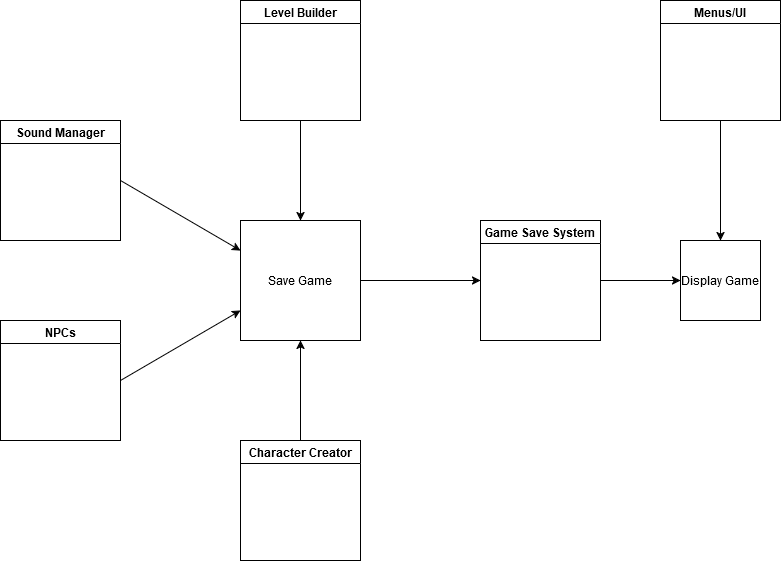
Earlier version of the draw.io export Docs/Data_Flow_Diagram_0.png (GreenSkyGames/Breaking-Red). Source tidied: cells renumbered, new cells last; positions are measured from the earlier drawing's top-left corner, leaving out a move shared by most shapes.
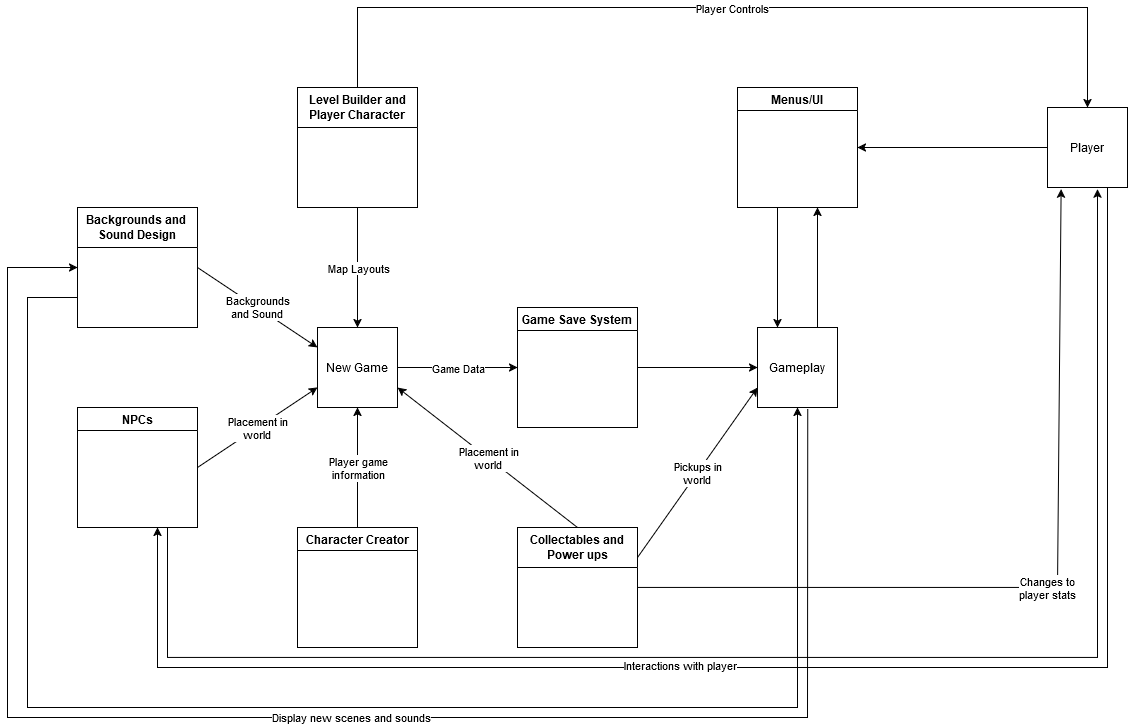
Later version of the same file.

The edit, as a diff of the source:
```diff
@@ -2,50 +2,161 @@
   <root>
     <mxCell id="0" />
     <mxCell id="1" parent="0" />
-    <mxCell id="2" value="Level Builder" style="swimlane;whiteSpace=wrap;html=1;" parent="1" vertex="1">
-      <mxGeometry x="240" width="120" height="120" as="geometry" />
+    <mxCell id="2" value="Level Builder and Player Character" style="swimlane;whiteSpace=wrap;html=1;startSize=40;" parent="1" vertex="1">
+      <mxGeometry x="220" width="120" height="120" as="geometry" />
     </mxCell>
-    <mxCell id="3" value="Save Game" style="whiteSpace=wrap;html=1;" parent="1" vertex="1">
-      <mxGeometry x="240" y="220" width="120" height="120" as="geometry" />
+    <mxCell id="3" value="New Game" style="whiteSpace=wrap;html=1;" parent="1" vertex="1">
+      <mxGeometry x="240" y="240" width="80" height="80" as="geometry" />
     </mxCell>
-    <mxCell id="4" value="Sound Manager" style="swimlane;whiteSpace=wrap;html=1;" parent="1" vertex="1">
+    <mxCell id="4" value="&lt;div&gt;Backgrounds and&amp;nbsp;&lt;/div&gt;&lt;div&gt;Sound Design&lt;br&gt;&lt;/div&gt;" style="swimlane;whiteSpace=wrap;html=1;startSize=40;" parent="1" vertex="1">
       <mxGeometry y="120" width="120" height="120" as="geometry" />
     </mxCell>
     <mxCell id="5" value="NPCs" style="swimlane;whiteSpace=wrap;html=1;" parent="1" vertex="1">
       <mxGeometry y="320" width="120" height="120" as="geometry" />
     </mxCell>
     <mxCell id="6" value="Character Creator" style="swimlane;whiteSpace=wrap;html=1;" parent="1" vertex="1">
-      <mxGeometry x="240" y="440" width="120" height="120" as="geometry" />
+      <mxGeometry x="220" y="440" width="120" height="120" as="geometry" />
     </mxCell>
     <mxCell id="7" value="Game Save System" style="swimlane;whiteSpace=wrap;html=1;" parent="1" vertex="1">
-      <mxGeometry x="480" y="220" width="120" height="120" as="geometry" />
+      <mxGeometry x="440" y="220" width="120" height="120" as="geometry" />
     </mxCell>
-    <mxCell id="8" value="Display Game" style="whiteSpace=wrap;html=1;" parent="1" vertex="1">
+    <mxCell id="8" value="Gameplay" style="whiteSpace=wrap;html=1;" parent="1" vertex="1">
       <mxGeometry x="680" y="240" width="80" height="80" as="geometry" />
     </mxCell>
     <mxCell id="9" value="Menus/UI" style="swimlane;whiteSpace=wrap;html=1;" parent="1" vertex="1">
       <mxGeometry x="660" width="120" height="120" as="geometry" />
     </mxCell>
-    <mxCell id="10" style="endArrow=classic;html=1;rounded=0;exitX=0.5;exitY=1;exitDx=0;exitDy=0;entryX=0.5;entryY=0;entryDx=0;entryDy=0;" parent="1" edge="1" source="2" target="3">
-      <mxGeometry relative="1" as="geometry" />
-    </mxCell>
-    <mxCell id="11" style="endArrow=classic;html=1;rounded=0;exitX=1;exitY=0.5;exitDx=0;exitDy=0;entryX=0;entryY=0.25;entryDx=0;entryDy=0;" parent="1" edge="1" source="4" target="3">
-      <mxGeometry relative="1" as="geometry" />
-    </mxCell>
-    <mxCell id="12" style="endArrow=classic;html=1;rounded=0;exitX=1;exitY=0.5;exitDx=0;exitDy=0;entryX=0;entryY=0.75;entryDx=0;entryDy=0;" parent="1" edge="1" source="5" target="3">
-      <mxGeometry relative="1" as="geometry" />
-    </mxCell>
-    <mxCell id="13" style="endArrow=classic;html=1;rounded=0;exitX=0.5;exitY=0;exitDx=0;exitDy=0;entryX=0.5;entryY=1;entryDx=0;entryDy=0;" parent="1" edge="1" source="6" target="3">
-      <mxGeometry relative="1" as="geometry" />
-    </mxCell>
-    <mxCell id="14" style="endArrow=classic;html=1;rounded=0;exitX=1;exitY=0.5;exitDx=0;exitDy=0;entryX=0;entryY=0.5;entryDx=0;entryDy=0;" parent="1" edge="1" source="3" target="7">
-      <mxGeometry relative="1" as="geometry" />
-    </mxCell>
     <mxCell id="15" style="endArrow=classic;html=1;rounded=0;exitX=1;exitY=0.5;exitDx=0;exitDy=0;entryX=0;entryY=0.5;entryDx=0;entryDy=0;" parent="1" edge="1" source="7" target="8">
       <mxGeometry relative="1" as="geometry" />
     </mxCell>
-    <mxCell id="16" style="endArrow=classic;html=1;rounded=0;exitX=0.5;exitY=1;exitDx=0;exitDy=0;entryX=0.5;entryY=0;entryDx=0;entryDy=0;" parent="1" edge="1" source="9" target="8">
-      <mxGeometry relative="1" as="geometry" />
+    <mxCell id="16" style="endArrow=classic;html=1;rounded=0;exitX=0.5;exitY=1;exitDx=0;exitDy=0;entryX=0.5;entryY=0;entryDx=0;entryDy=0;" parent="1" edge="1">
+      <mxGeometry relative="1" as="geometry">
+        <mxPoint x="700" y="120" as="sourcePoint" />
+        <mxPoint x="700" y="240" as="targetPoint" />
+      </mxGeometry>
     </mxCell>
+    <mxCell id="17" value="Player" style="whiteSpace=wrap;html=1;" parent="1" vertex="1">
+      <mxGeometry x="970" y="20" width="80" height="80" as="geometry" />
+    </mxCell>
+    <mxCell id="18" style="endArrow=classic;html=1;rounded=0;exitX=0;exitY=0.5;exitDx=0;exitDy=0;entryX=1;entryY=0.5;entryDx=0;entryDy=0;" parent="1" edge="1" source="17" target="9">
+      <mxGeometry relative="1" as="geometry" />
+    </mxCell>
+    <mxCell id="19" style="endArrow=classic;html=1;rounded=0;exitX=0.5;exitY=0;exitDx=0;exitDy=0;entryX=0.5;entryY=0;entryDx=0;entryDy=0;" parent="1" edge="1" source="2" target="17">
+      <mxGeometry relative="1" as="geometry">
+        <Array as="points">
+          <mxPoint x="280" y="-80" />
+          <mxPoint x="1010" y="-80" />
+        </Array>
+      </mxGeometry>
+    </mxCell>
+    <mxCell id="20" value="Player Controls" style="edgeLabel;html=1;align=center;verticalAlign=middle;" parent="19" vertex="1">
+      <mxGeometry relative="1" as="geometry">
+        <mxPoint x="-1" as="offset" />
+      </mxGeometry>
+    </mxCell>
+    <mxCell id="10" style="endArrow=classic;html=1;rounded=0;exitX=0.5;exitY=1;exitDx=0;exitDy=0;entryX=0.5;entryY=0;entryDx=0;entryDy=0;" parent="1" edge="1" source="2" target="3">
+      <mxGeometry relative="1" as="geometry" />
+    </mxCell>
+    <mxCell id="21" value="Map Layouts" style="edgeLabel;html=1;align=center;verticalAlign=middle;" parent="10" vertex="1">
+      <mxGeometry relative="1" as="geometry" />
+    </mxCell>
+    <mxCell id="11" style="endArrow=classic;html=1;rounded=0;exitX=1;exitY=0.5;exitDx=0;exitDy=0;entryX=0;entryY=0.25;entryDx=0;entryDy=0;" parent="1" edge="1" source="4" target="3">
+      <mxGeometry relative="1" as="geometry" />
+    </mxCell>
+    <mxCell id="22" value="&lt;div&gt;Backgrounds&lt;/div&gt;&lt;div&gt;and Sound&lt;br&gt;&lt;/div&gt;" style="edgeLabel;html=1;align=center;verticalAlign=middle;" parent="11" vertex="1">
+      <mxGeometry relative="1" as="geometry" />
+    </mxCell>
+    <mxCell id="13" style="endArrow=classic;html=1;rounded=0;exitX=0.5;exitY=0;exitDx=0;exitDy=0;entryX=0.5;entryY=1;entryDx=0;entryDy=0;" parent="1" edge="1" source="6" target="3">
+      <mxGeometry relative="1" as="geometry" />
+    </mxCell>
+    <mxCell id="23" value="&lt;div&gt;Player game&lt;/div&gt;&lt;div&gt;information&lt;br&gt;&lt;/div&gt;" style="edgeLabel;html=1;align=center;verticalAlign=middle;" parent="13" vertex="1">
+      <mxGeometry relative="1" as="geometry" />
+    </mxCell>
+    <mxCell id="12" style="endArrow=classic;html=1;rounded=0;exitX=1;exitY=0.5;exitDx=0;exitDy=0;entryX=0;entryY=0.75;entryDx=0;entryDy=0;" parent="1" edge="1" source="5" target="3">
+      <mxGeometry relative="1" as="geometry" />
+    </mxCell>
+    <mxCell id="24" value="&lt;div&gt;Placement in&lt;/div&gt;&lt;div&gt;world&lt;br&gt;&lt;/div&gt;" style="edgeLabel;html=1;align=center;verticalAlign=middle;" parent="12" vertex="1">
+      <mxGeometry relative="1" as="geometry" />
+    </mxCell>
+    <mxCell id="14" style="endArrow=classic;html=1;rounded=0;exitX=1;exitY=0.5;exitDx=0;exitDy=0;entryX=0;entryY=0.5;entryDx=0;entryDy=0;" parent="1" edge="1" source="3" target="7">
+      <mxGeometry relative="1" as="geometry" />
+    </mxCell>
+    <mxCell id="25" value="Game Data" style="edgeLabel;html=1;align=center;verticalAlign=middle;" parent="14" vertex="1">
+      <mxGeometry relative="1" as="geometry" />
+    </mxCell>
+    <mxCell id="26" style="endArrow=classic;html=1;rounded=0;exitX=0.75;exitY=0;exitDx=0;exitDy=0;" parent="1" edge="1" source="8">
+      <mxGeometry relative="1" as="geometry">
+        <mxPoint x="740" y="120" as="targetPoint" />
+      </mxGeometry>
+    </mxCell>
+    <mxCell id="27" style="endArrow=classic;html=1;rounded=0;exitX=0.75;exitY=1;exitDx=0;exitDy=0;entryX=0.625;entryY=1.021;entryDx=0;entryDy=0;entryPerimeter=0;" parent="1" edge="1" source="5" target="17">
+      <mxGeometry relative="1" as="geometry">
+        <Array as="points">
+          <mxPoint x="90" y="570" />
+          <mxPoint x="1020" y="570" />
+        </Array>
+      </mxGeometry>
+    </mxCell>
+    <mxCell id="28" style="endArrow=classic;html=1;rounded=0;exitX=0.75;exitY=1;exitDx=0;exitDy=0;" parent="1" edge="1" source="17">
+      <mxGeometry relative="1" as="geometry">
+        <mxPoint x="80" y="440" as="targetPoint" />
+        <Array as="points">
+          <mxPoint x="1030" y="580" />
+          <mxPoint x="710" y="580" />
+          <mxPoint x="80" y="580" />
+        </Array>
+      </mxGeometry>
+    </mxCell>
+    <mxCell id="29" value="Interactions with player" style="edgeLabel;html=1;align=center;verticalAlign=middle;" parent="28" vertex="1">
+      <mxGeometry x="0.16" y="-3" relative="1" as="geometry" />
+    </mxCell>
+    <mxCell id="30" style="endArrow=classic;html=1;rounded=0;exitX=0;exitY=0.75;exitDx=0;exitDy=0;entryX=0.5;entryY=1;entryDx=0;entryDy=0;" parent="1" edge="1" source="4" target="8">
+      <mxGeometry relative="1" as="geometry">
+        <Array as="points">
+          <mxPoint x="-50" y="210" />
+          <mxPoint x="-50" y="620" />
+          <mxPoint x="720" y="620" />
+        </Array>
+      </mxGeometry>
+    </mxCell>
+    <mxCell id="31" value="Collectables and Power ups" style="swimlane;whiteSpace=wrap;html=1;startSize=40;" parent="1" vertex="1">
+      <mxGeometry x="440" y="440" width="120" height="120" as="geometry" />
+    </mxCell>
+    <mxCell id="32" style="endArrow=classic;html=1;rounded=0;entryX=1;entryY=0.75;entryDx=0;entryDy=0;exitX=0.5;exitY=0;exitDx=0;exitDy=0;" parent="1" edge="1" source="31" target="3">
+      <mxGeometry relative="1" as="geometry" />
+    </mxCell>
+    <mxCell id="33" value="&lt;div&gt;Placement in&lt;/div&gt;&lt;div&gt;world&lt;br&gt;&lt;/div&gt;" style="edgeLabel;html=1;align=center;verticalAlign=middle;" parent="32" vertex="1">
+      <mxGeometry relative="1" as="geometry" />
+    </mxCell>
+    <mxCell id="34" style="endArrow=classic;html=1;rounded=0;exitX=0.628;exitY=1.025;exitDx=0;exitDy=0;entryX=0;entryY=0.5;entryDx=0;entryDy=0;exitPerimeter=0;" parent="1" edge="1" source="8" target="4">
+      <mxGeometry relative="1" as="geometry">
+        <Array as="points">
+          <mxPoint x="730" y="630" />
+          <mxPoint x="-70" y="630" />
+          <mxPoint x="-70" y="180" />
+        </Array>
+      </mxGeometry>
+    </mxCell>
+    <mxCell id="35" value="Display new scenes and sounds" style="edgeLabel;html=1;align=center;verticalAlign=middle;" parent="34" vertex="1">
+      <mxGeometry x="-0.06" y="-1" relative="1" as="geometry">
+        <mxPoint x="-1" as="offset" />
+      </mxGeometry>
+    </mxCell>
+    <mxCell id="36" style="endArrow=classic;html=1;rounded=0;exitX=1;exitY=0.5;exitDx=0;exitDy=0;entryX=0.17;entryY=1.021;entryDx=0;entryDy=0;entryPerimeter=0;" parent="1" edge="1" source="31" target="17">
+      <mxGeometry relative="1" as="geometry">
+        <Array as="points">
+          <mxPoint x="980" y="500" />
+        </Array>
+      </mxGeometry>
+    </mxCell>
+    <mxCell id="37" value="&lt;div&gt;Changes to&lt;/div&gt;&lt;div&gt;player stats&lt;br&gt;&lt;/div&gt;" style="edgeLabel;html=1;align=center;verticalAlign=middle;" parent="36" vertex="1">
+      <mxGeometry relative="1" as="geometry" />
+    </mxCell>
+    <mxCell id="38" style="endArrow=classic;html=1;rounded=0;exitX=1;exitY=0.25;exitDx=0;exitDy=0;entryX=0;entryY=0.75;entryDx=0;entryDy=0;" parent="1" edge="1" source="31" target="8">
+      <mxGeometry relative="1" as="geometry" />
+    </mxCell>
+    <mxCell id="39" value="&lt;div&gt;Pickups in&lt;/div&gt;&lt;div&gt;world&lt;br&gt;&lt;/div&gt;" style="edgeLabel;html=1;align=center;verticalAlign=middle;" parent="38" vertex="1">
+      <mxGeometry relative="1" as="geometry" />
+    </mxCell>
   </root>
 </mxGraphModel>
```
